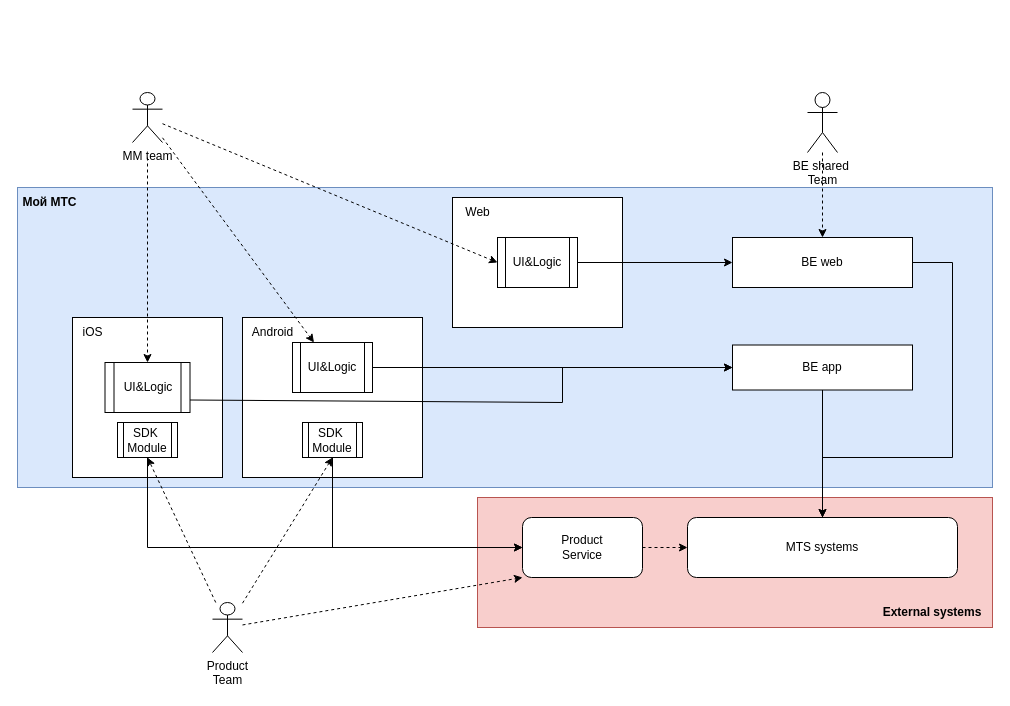
Earlier version of the draw.io diagram Untitled Diagram.drawio (djdlp/InterviewQuestions). Source tidied: cells renumbered, new cells numbered last; positions are measured from the earlier drawing's top-left corner, leaving out a move shared by most shapes. Both pictures are drawn from the tidied source at 100%, with x=0, y=0 at pixel (17, 92).
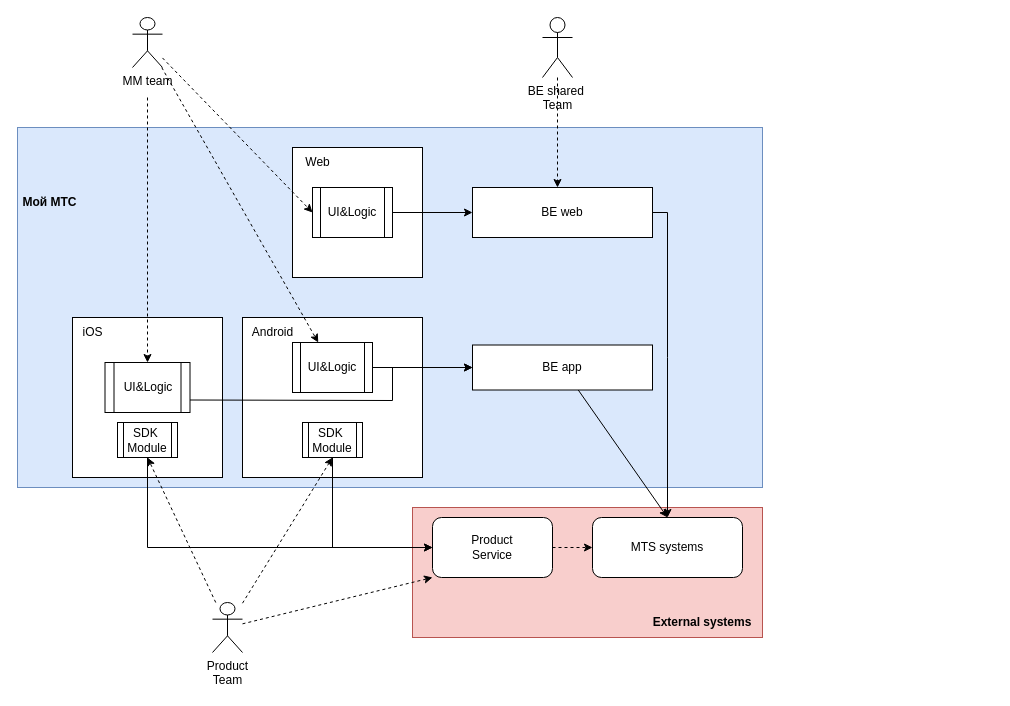
After the change.

Unchanged cells that the change refers to:
```xml
<mxCell id="14" value="UI&amp;amp;Logic" style="shape=process;whiteSpace=wrap;html=1;backgroundOutline=1;rounded=0;strokeColor=default;fontFamily=Helvetica;fontSize=12;fontColor=default;fillColor=none;gradientColor=none;" parent="1" vertex="1">
  <mxGeometry x="87.5" y="270" width="85" height="50" as="geometry" />
</mxCell>
<mxCell id="29" value="SDK&amp;nbsp;&lt;br&gt;Module" style="shape=process;whiteSpace=wrap;html=1;backgroundOutline=1;rounded=0;fontFamily=Helvetica;fontSize=12;" parent="1" vertex="1">
  <mxGeometry x="285" y="330" width="60" height="35" as="geometry" />
</mxCell>
```

Change to the diagram source:
```diff
@@
     <mxCell id="2" style="rounded=0;whiteSpace=wrap;html=1;strokeColor=#b85450;fontFamily=Helvetica;fontSize=12;fillColor=#f8cecc;" parent="1" vertex="1">
-      <mxGeometry x="460" y="405" width="515" height="130" as="geometry" />
+      <mxGeometry x="395" y="415" width="350" height="130" as="geometry" />
     </mxCell>
-    <mxCell id="3" style="edgeStyle=none;rounded=0;jettySize=auto;html=1;fontFamily=Helvetica;fontSize=12;fontColor=default;" parent="1" edge="1" source="22">
-      <mxGeometry relative="1" as="geometry">
-        <mxPoint x="805" y="435" as="targetPoint" />
-        <Array as="points">
-          <mxPoint x="955" y="170" />
-          <mxPoint x="955" y="345" />
-          <mxPoint x="805" y="345" />
-        </Array>
-      </mxGeometry>
-    </mxCell>
     <mxCell id="4" style="rounded=0;whiteSpace=wrap;html=1;strokeColor=#6c8ebf;fontFamily=Helvetica;fontSize=12;fillColor=#dae8fc;" parent="1" vertex="1">
-      <mxGeometry y="95" width="975" height="300" as="geometry" />
+      <mxGeometry y="35" width="745" height="360" as="geometry" />
     </mxCell>
@@
-    <mxCell id="8" style="rounded=0;whiteSpace=wrap;html=1;fontFamily=Helvetica;fontSize=12;" parent="1" vertex="1">
-      <mxGeometry x="435" y="105" width="170" height="130" as="geometry" />
-    </mxCell>
@@
     <mxCell id="10" style="rounded=0;jettySize=auto;html=1;fontFamily=Helvetica;fontSize=12;fontColor=default;dashed=1;startArrow=none;" parent="1" edge="1" target="14">
       <mxGeometry relative="1" as="geometry">
-        <mxPoint x="130" y="65" as="sourcePoint" />
+        <mxPoint x="130" y="5" as="sourcePoint" />
       </mxGeometry>
     </mxCell>
@@
     <mxCell id="12" value="MM team" style="shape=umlActor;verticalLabelPosition=bottom;verticalAlign=top;html=1;outlineConnect=0;rounded=0;strokeColor=default;fontFamily=Helvetica;fontSize=12;fontColor=default;fillColor=none;gradientColor=none;direction=east;" parent="1" vertex="1">
-      <mxGeometry x="115" width="30" height="50" as="geometry" />
+      <mxGeometry x="115" y="-75" width="30" height="50" as="geometry" />
     </mxCell>
-    <mxCell id="13" style="edgeStyle=none;rounded=0;jettySize=auto;html=1;entryX=0;entryY=0.5;entryDx=0;entryDy=0;fontFamily=Helvetica;fontSize=12;fontColor=default;exitX=1;exitY=0.75;exitDx=0;exitDy=0;" parent="1" edge="1" source="14" target="20">
-      <mxGeometry relative="1" as="geometry">
-        <Array as="points">
-          <mxPoint x="545" y="310" />
-          <mxPoint x="545" y="275" />
-        </Array>
-      </mxGeometry>
-    </mxCell>
+    <mxCell id="42" style="edgeStyle=none;shape=connector;rounded=0;jettySize=auto;html=1;labelBackgroundColor=default;strokeColor=default;fontFamily=Helvetica;fontSize=12;fontColor=default;startArrow=none;startFill=0;endArrow=classic;endFill=1;exitX=1;exitY=0.75;exitDx=0;exitDy=0;" parent="1" edge="1" source="14">
+      <mxGeometry relative="1" as="geometry">
+        <mxPoint x="455" y="275" as="targetPoint" />
+        <Array as="points">
+          <mxPoint x="375" y="308" />
+          <mxPoint x="375" y="275" />
+        </Array>
+      </mxGeometry>
+    </mxCell>
@@
-    <mxCell id="17" style="edgeStyle=none;rounded=0;jettySize=auto;html=1;entryX=0;entryY=0.5;entryDx=0;entryDy=0;fontFamily=Helvetica;fontSize=12;fontColor=default;" parent="1" edge="1" source="18" target="22">
-      <mxGeometry relative="1" as="geometry" />
-    </mxCell>
-    <mxCell id="18" value="UI&amp;amp;Logic" style="shape=process;whiteSpace=wrap;html=1;backgroundOutline=1;rounded=0;strokeColor=default;fontFamily=Helvetica;fontSize=12;fontColor=default;fillColor=none;gradientColor=none;" parent="1" vertex="1">
-      <mxGeometry x="480" y="145" width="80" height="50" as="geometry" />
-    </mxCell>
@@
     <mxCell id="20" style="rounded=0;whiteSpace=wrap;html=1;fontFamily=Helvetica;fontSize=12;" parent="1" vertex="1">
-      <mxGeometry x="715" y="252.5" width="180" height="45" as="geometry" />
+      <mxGeometry x="455" y="252.5" width="180" height="45" as="geometry" />
     </mxCell>
-    <mxCell id="21" style="edgeStyle=none;rounded=0;jettySize=auto;html=1;entryX=0.5;entryY=0;entryDx=0;entryDy=0;fontFamily=Helvetica;fontSize=12;fontColor=default;startArrow=none;startFill=0;endArrow=classic;endFill=1;exitX=1;exitY=0.5;exitDx=0;exitDy=0;" parent="1" edge="1" source="22" target="30">
+    <mxCell id="21" style="edgeStyle=none;shape=connector;rounded=0;jettySize=auto;html=1;entryX=0.5;entryY=0;entryDx=0;entryDy=0;labelBackgroundColor=default;strokeColor=default;fontFamily=Helvetica;fontSize=12;fontColor=default;startArrow=none;startFill=0;endArrow=classic;endFill=1;" parent="1" edge="1" source="22" target="30">
       <mxGeometry relative="1" as="geometry">
         <Array as="points">
-          <mxPoint x="935" y="170" />
-          <mxPoint x="935" y="365" />
-          <mxPoint x="805" y="365" />
+          <mxPoint x="650" y="120" />
+          <mxPoint x="650" y="265" />
         </Array>
       </mxGeometry>
     </mxCell>
     <mxCell id="22" style="rounded=0;whiteSpace=wrap;html=1;fontFamily=Helvetica;fontSize=12;" parent="1" vertex="1">
-      <mxGeometry x="715" y="145" width="180" height="50" as="geometry" />
+      <mxGeometry x="455" y="95" width="180" height="50" as="geometry" />
     </mxCell>
     <mxCell id="23" value="BE web" style="text;html=1;strokeColor=none;fillColor=none;align=center;verticalAlign=middle;whiteSpace=wrap;rounded=0;fontFamily=Helvetica;fontSize=12;fontColor=default;" parent="1" vertex="1">
-      <mxGeometry x="775" y="155" width="60" height="30" as="geometry" />
+      <mxGeometry x="515" y="105" width="60" height="30" as="geometry" />
     </mxCell>
@@
-    <mxCell id="28" style="edgeStyle=none;rounded=0;jettySize=auto;html=1;fontFamily=Helvetica;fontSize=12;fontColor=default;exitX=0.5;exitY=1;exitDx=0;exitDy=0;" parent="1" edge="1" source="29">
-      <mxGeometry relative="1" as="geometry">
-        <mxPoint x="505" y="455" as="targetPoint" />
-        <Array as="points">
-          <mxPoint x="315" y="455" />
-        </Array>
-      </mxGeometry>
-    </mxCell>
+    <mxCell id="43" style="edgeStyle=none;shape=connector;rounded=0;jettySize=auto;html=1;labelBackgroundColor=default;strokeColor=default;fontFamily=Helvetica;fontSize=12;fontColor=default;startArrow=none;startFill=0;endArrow=classic;endFill=1;" parent="1" edge="1" source="29">
+      <mxGeometry relative="1" as="geometry">
+        <mxPoint x="415" y="455" as="targetPoint" />
+        <Array as="points">
+          <mxPoint x="315" y="455" />
+        </Array>
+      </mxGeometry>
+    </mxCell>
@@
     <mxCell id="30" value="MTS systems" style="rounded=1;whiteSpace=wrap;html=1;fontFamily=Helvetica;fontSize=12;" parent="1" vertex="1">
-      <mxGeometry x="670" y="425" width="270" height="60" as="geometry" />
+      <mxGeometry x="575" y="425" width="150" height="60" as="geometry" />
     </mxCell>
@@
     <mxCell id="33" value="BE app" style="text;html=1;strokeColor=none;fillColor=none;align=center;verticalAlign=middle;whiteSpace=wrap;rounded=0;fontFamily=Helvetica;fontSize=12;fontColor=default;" parent="1" vertex="1">
-      <mxGeometry x="775" y="260" width="60" height="30" as="geometry" />
+      <mxGeometry x="515" y="260" width="60" height="30" as="geometry" />
     </mxCell>
@@
-    <mxCell id="35" value="Product&lt;br&gt;Service" style="rounded=1;whiteSpace=wrap;html=1;fontFamily=Helvetica;fontSize=12;" parent="1" vertex="1">
-      <mxGeometry x="505" y="425" width="120" height="60" as="geometry" />
-    </mxCell>
-    <mxCell id="36" value="Web" style="text;html=1;align=center;verticalAlign=middle;strokeColor=none;fillColor=none;rotation=0;" parent="1" vertex="1">
-      <mxGeometry x="435" y="105" width="50" height="30" as="geometry" />
-    </mxCell>
-    <mxCell id="37" style="edgeStyle=none;rounded=0;jettySize=auto;html=1;dashed=1;fontFamily=Helvetica;fontSize=12;fontColor=default;endArrow=classic;entryX=0;entryY=0.5;entryDx=0;entryDy=0;startArrow=none;startFill=0;endFill=1;" parent="1" edge="1" source="12" target="18">
+    <mxCell id="37" style="edgeStyle=none;rounded=0;jettySize=auto;html=1;dashed=1;fontFamily=Helvetica;fontSize=12;fontColor=default;endArrow=classic;entryX=0;entryY=0.5;entryDx=0;entryDy=0;startArrow=none;startFill=0;endFill=1;" parent="1" edge="1" source="8" target="18">
       <mxGeometry relative="1" as="geometry" />
     </mxCell>
     <mxCell id="38" style="edgeStyle=none;rounded=0;jettySize=auto;html=1;dashed=1;fontFamily=Helvetica;fontSize=12;fontColor=default;startArrow=none;startFill=0;endArrow=classic;endFill=1;" parent="1" edge="1" source="39">
       <mxGeometry relative="1" as="geometry">
-        <mxPoint x="805" y="145" as="targetPoint" />
+        <mxPoint x="540" y="95" as="targetPoint" />
       </mxGeometry>
     </mxCell>
     <mxCell id="39" value="BE shared&amp;nbsp;&lt;br&gt;Team" style="shape=umlActor;verticalLabelPosition=bottom;verticalAlign=top;html=1;outlineConnect=0;rounded=1;strokeColor=default;fontFamily=Helvetica;fontSize=12;fontColor=default;fillColor=none;gradientColor=none;" parent="1" vertex="1">
-      <mxGeometry x="790" width="30" height="60" as="geometry" />
+      <mxGeometry x="525" y="-75" width="30" height="60" as="geometry" />
     </mxCell>
@@
     <mxCell id="41" value="External systems" style="text;html=1;strokeColor=none;fillColor=none;align=center;verticalAlign=middle;whiteSpace=wrap;rounded=0;fontFamily=Helvetica;fontSize=12;fontColor=default;fontStyle=1;" parent="1" vertex="1">
-      <mxGeometry x="855" y="505" width="120" height="30" as="geometry" />
+      <mxGeometry x="625" y="515" width="120" height="30" as="geometry" />
     </mxCell>
+    <mxCell id="8" style="rounded=0;whiteSpace=wrap;html=1;fontFamily=Helvetica;fontSize=12;" parent="1" vertex="1">
+      <mxGeometry x="275" y="55" width="130" height="130" as="geometry" />
+    </mxCell>
+    <mxCell id="44" style="edgeStyle=none;rounded=0;jettySize=auto;html=1;dashed=1;fontFamily=Helvetica;fontSize=12;fontColor=default;endArrow=classic;entryX=0;entryY=0.5;entryDx=0;entryDy=0;startArrow=none;startFill=0;endFill=1;" parent="1" edge="1" source="12" target="18">
+      <mxGeometry relative="1" as="geometry" />
+    </mxCell>
+    <mxCell id="36" value="Web" style="text;html=1;align=center;verticalAlign=middle;strokeColor=none;fillColor=none;rotation=0;" parent="1" vertex="1">
+      <mxGeometry x="275" y="55" width="50" height="30" as="geometry" />
+    </mxCell>
+    <mxCell id="17" style="edgeStyle=none;shape=connector;rounded=0;jettySize=auto;html=1;labelBackgroundColor=default;strokeColor=default;fontFamily=Helvetica;fontSize=12;fontColor=default;startArrow=none;startFill=0;endArrow=classic;endFill=1;entryX=0;entryY=0.5;entryDx=0;entryDy=0;entryPerimeter=0;" parent="1" edge="1" source="18" target="22">
+      <mxGeometry relative="1" as="geometry" />
+    </mxCell>
+    <mxCell id="18" value="UI&amp;amp;Logic" style="shape=process;whiteSpace=wrap;html=1;backgroundOutline=1;rounded=0;strokeColor=default;fontFamily=Helvetica;fontSize=12;fontColor=default;fillColor=none;gradientColor=none;" parent="1" vertex="1">
+      <mxGeometry x="295" y="95" width="80" height="50" as="geometry" />
+    </mxCell>
+    <mxCell id="35" value="Product&lt;br&gt;Service" style="rounded=1;whiteSpace=wrap;html=1;fontFamily=Helvetica;fontSize=12;" parent="1" vertex="1">
+      <mxGeometry x="415" y="425" width="120" height="60" as="geometry" />
+    </mxCell>
```
